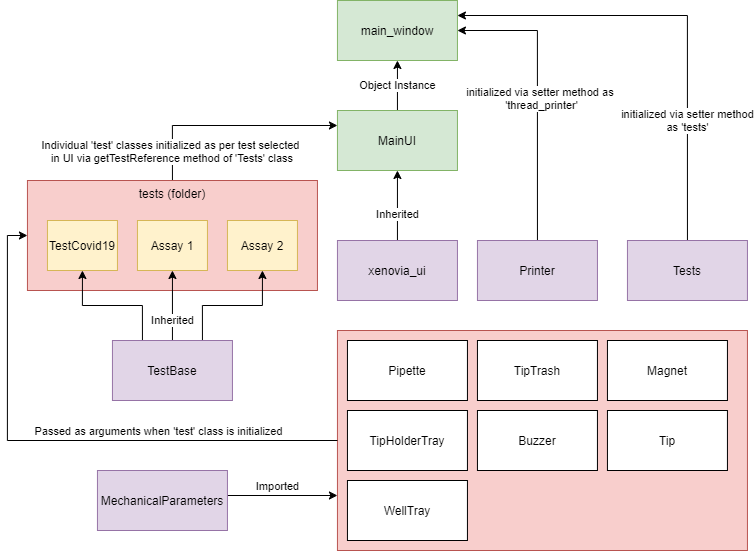
Earlier version of the draw.io export Doccumentation & Resources/Code Functional Block Diagram.png (FracktalWorks/Xenovia-RNA-Extraction-PCR-Machine). Source tidied: cells renumbered, new cells last; positions are measured from the earlier drawing's top-left corner, leaving out a move shared by most shapes. The source it was exported from:
```xml
<mxGraphModel>
  <root>
    <mxCell id="0" />
    <mxCell id="1" parent="0" />
    <mxCell id="2" style="rounded=0;whiteSpace=wrap;html=1;fillColor=#f8cecc;strokeColor=#b85450;" parent="1" vertex="1">
      <mxGeometry x="309.9" y="330" width="410" height="220" as="geometry" />
    </mxCell>
    <mxCell id="3" value="Object Instance" style="edgeStyle=orthogonalEdgeStyle;rounded=0;jettySize=auto;html=1;exitX=0.5;exitY=0;exitDx=0;exitDy=0;entryX=0.5;entryY=1;entryDx=0;entryDy=0;" parent="1" edge="1" source="4" target="11">
      <mxGeometry relative="1" as="geometry" />
    </mxCell>
    <mxCell id="4" value="MainUI" style="rounded=0;whiteSpace=wrap;html=1;fillColor=#d5e8d4;strokeColor=#82b366;" parent="1" vertex="1">
      <mxGeometry x="309.9" y="110" width="120" height="60" as="geometry" />
    </mxCell>
    <mxCell id="5" style="edgeStyle=orthogonalEdgeStyle;rounded=0;jettySize=auto;html=1;exitX=0.5;exitY=0;exitDx=0;exitDy=0;entryX=0.5;entryY=1;entryDx=0;entryDy=0;" parent="1" edge="1" source="7" target="4">
      <mxGeometry relative="1" as="geometry" />
    </mxCell>
    <mxCell id="6" value="Inherited" style="edgeLabel;html=1;align=center;verticalAlign=middle;" parent="5" vertex="1">
      <mxGeometry x="-0.02" y="-2" relative="1" as="geometry">
        <mxPoint x="-2" y="7" as="offset" />
      </mxGeometry>
    </mxCell>
    <mxCell id="7" value="xenovia_ui" style="rounded=0;whiteSpace=wrap;html=1;fillColor=#e1d5e7;strokeColor=#9673a6;" parent="1" vertex="1">
      <mxGeometry x="309.9" y="240" width="120" height="60" as="geometry" />
    </mxCell>
    <mxCell id="8" style="edgeStyle=orthogonalEdgeStyle;rounded=0;jettySize=auto;html=1;exitX=0.5;exitY=0;exitDx=0;exitDy=0;entryX=1;entryY=0.5;entryDx=0;entryDy=0;" parent="1" edge="1" source="10" target="11">
      <mxGeometry relative="1" as="geometry" />
    </mxCell>
    <mxCell id="9" value="initialized via setter method as &lt;br&gt;'thread_printer'" style="edgeLabel;html=1;align=center;verticalAlign=middle;" parent="8" vertex="1">
      <mxGeometry x="-0.02" y="-4" relative="1" as="geometry" />
    </mxCell>
    <mxCell id="10" value="Printer" style="rounded=0;whiteSpace=wrap;html=1;fillColor=#e1d5e7;strokeColor=#9673a6;" parent="1" vertex="1">
      <mxGeometry x="449.9" y="240" width="120" height="60" as="geometry" />
    </mxCell>
    <mxCell id="11" value="main_window" style="rounded=0;whiteSpace=wrap;html=1;fillColor=#d5e8d4;strokeColor=#82b366;" parent="1" vertex="1">
      <mxGeometry x="309.9" width="120" height="60" as="geometry" />
    </mxCell>
    <mxCell id="12" style="edgeStyle=orthogonalEdgeStyle;rounded=0;jettySize=auto;html=1;exitX=0.5;exitY=0;exitDx=0;exitDy=0;entryX=1;entryY=0.25;entryDx=0;entryDy=0;" parent="1" edge="1" source="14" target="11">
      <mxGeometry relative="1" as="geometry" />
    </mxCell>
    <mxCell id="13" value="initialized via setter method&lt;br&gt;as 'tests'" style="edgeLabel;html=1;align=center;verticalAlign=middle;" parent="12" vertex="1">
      <mxGeometry x="-0.42" y="-1" relative="1" as="geometry">
        <mxPoint x="-1" y="12" as="offset" />
      </mxGeometry>
    </mxCell>
    <mxCell id="14" value="Tests" style="rounded=0;whiteSpace=wrap;html=1;fillColor=#e1d5e7;strokeColor=#9673a6;" parent="1" vertex="1">
      <mxGeometry x="599.9" y="240" width="120" height="60" as="geometry" />
    </mxCell>
    <mxCell id="15" style="edgeStyle=orthogonalEdgeStyle;rounded=0;jettySize=auto;html=1;exitX=0.5;exitY=0;exitDx=0;exitDy=0;entryX=0;entryY=0.25;entryDx=0;entryDy=0;" parent="1" edge="1" source="17" target="4">
      <mxGeometry relative="1" as="geometry" />
    </mxCell>
    <mxCell id="16" value="Individual 'test' classes initialized as per test selected&lt;br&gt;&amp;nbsp;in UI via getTestReference method of 'Tests' class" style="edgeLabel;html=1;align=center;verticalAlign=middle;" parent="15" vertex="1">
      <mxGeometry x="0.63" relative="1" as="geometry">
        <mxPoint x="-126" y="25" as="offset" />
      </mxGeometry>
    </mxCell>
    <mxCell id="17" value="tests (folder)&lt;br&gt;&lt;br&gt;&lt;br&gt;&lt;br&gt;&lt;br&gt;&lt;br&gt;&lt;br&gt;" style="rounded=0;whiteSpace=wrap;html=1;fillColor=#f8cecc;strokeColor=#b85450;" parent="1" vertex="1">
      <mxGeometry x="-0.1" y="180" width="290" height="110" as="geometry" />
    </mxCell>
    <mxCell id="18" value="TestCovid19" style="rounded=0;whiteSpace=wrap;html=1;fillColor=#fff2cc;strokeColor=#d6b656;" parent="1" vertex="1">
      <mxGeometry x="19.9" y="220" width="70" height="50" as="geometry" />
    </mxCell>
    <mxCell id="19" value="Assay 1" style="rounded=0;whiteSpace=wrap;html=1;fillColor=#fff2cc;strokeColor=#d6b656;" parent="1" vertex="1">
      <mxGeometry x="109.9" y="220" width="70" height="50" as="geometry" />
    </mxCell>
    <mxCell id="20" value="Assay 2" style="rounded=0;whiteSpace=wrap;html=1;fillColor=#fff2cc;strokeColor=#d6b656;" parent="1" vertex="1">
      <mxGeometry x="199.9" y="220" width="70" height="50" as="geometry" />
    </mxCell>
    <mxCell id="21" style="edgeStyle=orthogonalEdgeStyle;rounded=0;jettySize=auto;html=1;exitX=0.25;exitY=0;exitDx=0;exitDy=0;entryX=0.5;entryY=1;entryDx=0;entryDy=0;" parent="1" edge="1" source="24" target="18">
      <mxGeometry relative="1" as="geometry" />
    </mxCell>
    <mxCell id="22" value="Inherited" style="edgeStyle=orthogonalEdgeStyle;rounded=0;jettySize=auto;html=1;exitX=0.5;exitY=0;exitDx=0;exitDy=0;entryX=0.5;entryY=1;entryDx=0;entryDy=0;" parent="1" edge="1" source="24" target="19">
      <mxGeometry x="-0.43" relative="1" as="geometry" />
    </mxCell>
    <mxCell id="23" style="edgeStyle=orthogonalEdgeStyle;rounded=0;jettySize=auto;html=1;exitX=0.75;exitY=0;exitDx=0;exitDy=0;entryX=0.5;entryY=1;entryDx=0;entryDy=0;" parent="1" edge="1" source="24" target="20">
      <mxGeometry relative="1" as="geometry" />
    </mxCell>
    <mxCell id="24" value="TestBase" style="rounded=0;whiteSpace=wrap;html=1;fillColor=#e1d5e7;strokeColor=#9673a6;" parent="1" vertex="1">
      <mxGeometry x="84.9" y="340" width="120" height="60" as="geometry" />
    </mxCell>
    <mxCell id="25" value="Tip" style="rounded=0;whiteSpace=wrap;html=1;" parent="1" vertex="1">
      <mxGeometry x="579.9" y="410" width="120" height="60" as="geometry" />
    </mxCell>
    <mxCell id="26" value="Pipette" style="rounded=0;whiteSpace=wrap;html=1;" parent="1" vertex="1">
      <mxGeometry x="319.9" y="340" width="120" height="60" as="geometry" />
    </mxCell>
    <mxCell id="27" value="TipHolderTray" style="rounded=0;whiteSpace=wrap;html=1;" parent="1" vertex="1">
      <mxGeometry x="319.9" y="410" width="120" height="60" as="geometry" />
    </mxCell>
    <mxCell id="28" value="TipTrash" style="rounded=0;whiteSpace=wrap;html=1;" parent="1" vertex="1">
      <mxGeometry x="449.9" y="340" width="120" height="60" as="geometry" />
    </mxCell>
    <mxCell id="29" value="WellTray" style="rounded=0;whiteSpace=wrap;html=1;" parent="1" vertex="1">
      <mxGeometry x="319.9" y="480" width="120" height="60" as="geometry" />
    </mxCell>
    <mxCell id="30" value="Magnet" style="rounded=0;whiteSpace=wrap;html=1;" parent="1" vertex="1">
      <mxGeometry x="579.9" y="340" width="120" height="60" as="geometry" />
    </mxCell>
    <mxCell id="31" value="Buzzer" style="rounded=0;whiteSpace=wrap;html=1;" parent="1" vertex="1">
      <mxGeometry x="449.9" y="410" width="120" height="60" as="geometry" />
    </mxCell>
    <mxCell id="32" style="edgeStyle=orthogonalEdgeStyle;rounded=0;jettySize=auto;html=1;exitX=0;exitY=0.5;exitDx=0;exitDy=0;entryX=0;entryY=0.5;entryDx=0;entryDy=0;" parent="1" edge="1" source="2" target="17">
      <mxGeometry relative="1" as="geometry" />
    </mxCell>
    <mxCell id="33" value="Passed as arguments when 'test' class is initialized" style="edgeLabel;html=1;align=center;verticalAlign=middle;" parent="32" vertex="1">
      <mxGeometry x="-0.31" y="5" relative="1" as="geometry">
        <mxPoint x="12.3" y="-15" as="offset" />
      </mxGeometry>
    </mxCell>
    <mxCell id="34" style="edgeStyle=orthogonalEdgeStyle;rounded=0;jettySize=auto;html=1;exitX=1;exitY=0.5;exitDx=0;exitDy=0;entryX=0;entryY=0.75;entryDx=0;entryDy=0;" parent="1" edge="1" source="36" target="2">
      <mxGeometry relative="1" as="geometry">
        <Array as="points">
          <mxPoint x="139.9" y="495" />
        </Array>
      </mxGeometry>
    </mxCell>
    <mxCell id="35" value="Imported" style="edgeLabel;html=1;align=center;verticalAlign=middle;" parent="34" vertex="1">
      <mxGeometry x="0.65" y="-3" relative="1" as="geometry">
        <mxPoint x="-19" y="-13" as="offset" />
      </mxGeometry>
    </mxCell>
    <mxCell id="36" value="MechanicalParameters" style="rounded=0;whiteSpace=wrap;html=1;fillColor=#e1d5e7;strokeColor=#9673a6;" parent="1" vertex="1">
      <mxGeometry x="69.9" y="470" width="130" height="60" as="geometry" />
    </mxCell>
  </root>
</mxGraphModel>
```
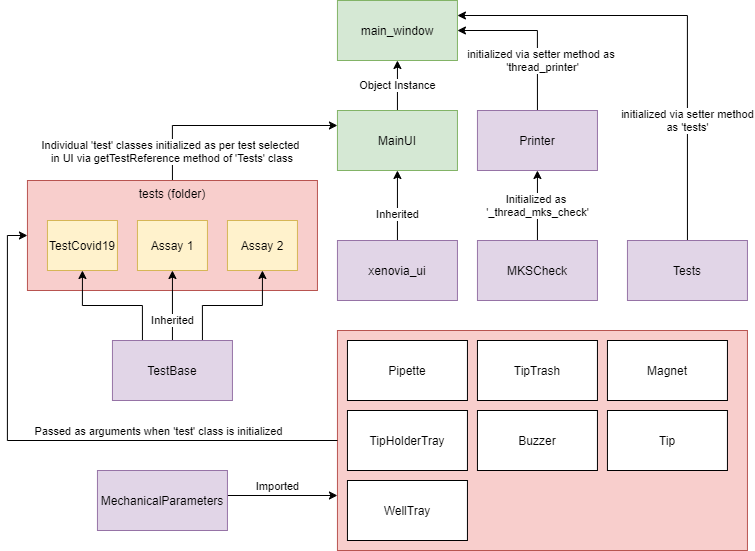
Later version of the same file.

What changed in the source:
```diff
@@ -26,10 +26,12 @@
       <mxGeometry relative="1" as="geometry" />
     </mxCell>
     <mxCell id="9" value="initialized via setter method as &lt;br&gt;'thread_printer'" style="edgeLabel;html=1;align=center;verticalAlign=middle;" parent="8" vertex="1">
-      <mxGeometry x="-0.02" y="-4" relative="1" as="geometry" />
+      <mxGeometry x="-0.02" y="-4" relative="1" as="geometry">
+        <mxPoint x="1" y="28" as="offset" />
+      </mxGeometry>
     </mxCell>
     <mxCell id="10" value="Printer" style="rounded=0;whiteSpace=wrap;html=1;fillColor=#e1d5e7;strokeColor=#9673a6;" parent="1" vertex="1">
-      <mxGeometry x="449.9" y="240" width="120" height="60" as="geometry" />
+      <mxGeometry x="449.9" y="110" width="120" height="60" as="geometry" />
     </mxCell>
     <mxCell id="11" value="main_window" style="rounded=0;whiteSpace=wrap;html=1;fillColor=#d5e8d4;strokeColor=#82b366;" parent="1" vertex="1">
       <mxGeometry x="309.9" width="120" height="60" as="geometry" />
@@ -121,5 +123,11 @@
     <mxCell id="36" value="MechanicalParameters" style="rounded=0;whiteSpace=wrap;html=1;fillColor=#e1d5e7;strokeColor=#9673a6;" parent="1" vertex="1">
       <mxGeometry x="69.9" y="470" width="130" height="60" as="geometry" />
     </mxCell>
+    <mxCell id="37" value="Initialized as &lt;br&gt;'_thread_mks_check'" style="edgeStyle=orthogonalEdgeStyle;rounded=0;jettySize=auto;html=1;exitX=0.5;exitY=0;exitDx=0;exitDy=0;entryX=0.5;entryY=1;entryDx=0;entryDy=0;" parent="1" edge="1" source="38" target="10">
+      <mxGeometry relative="1" as="geometry" />
+    </mxCell>
+    <mxCell id="38" value="MKSCheck" style="rounded=0;whiteSpace=wrap;html=1;fillColor=#e1d5e7;strokeColor=#9673a6;" parent="1" vertex="1">
+      <mxGeometry x="449.9" y="240" width="120" height="60" as="geometry" />
+    </mxCell>
   </root>
 </mxGraphModel>
```
